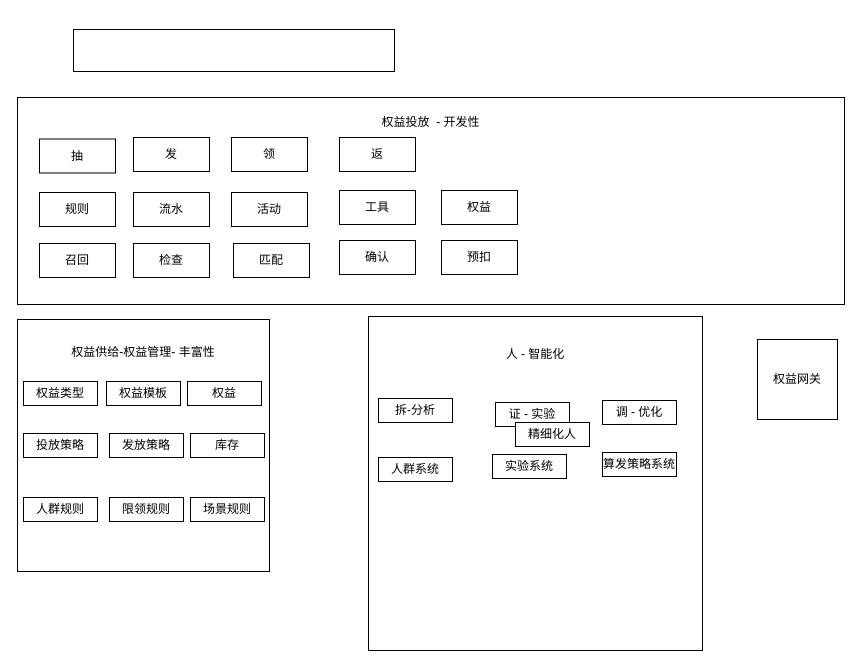
Above: study.drawio in xzl1428288773/xiaoshuai (draw.io), before the change. Source tidied: cells renumbered, new cells numbered last; positions are measured from the earlier drawing's top-left corner, leaving out a move shared by most shapes. Both pictures are drawn from the tidied source at 100%, with x=0, y=0 at pixel (17, 29).
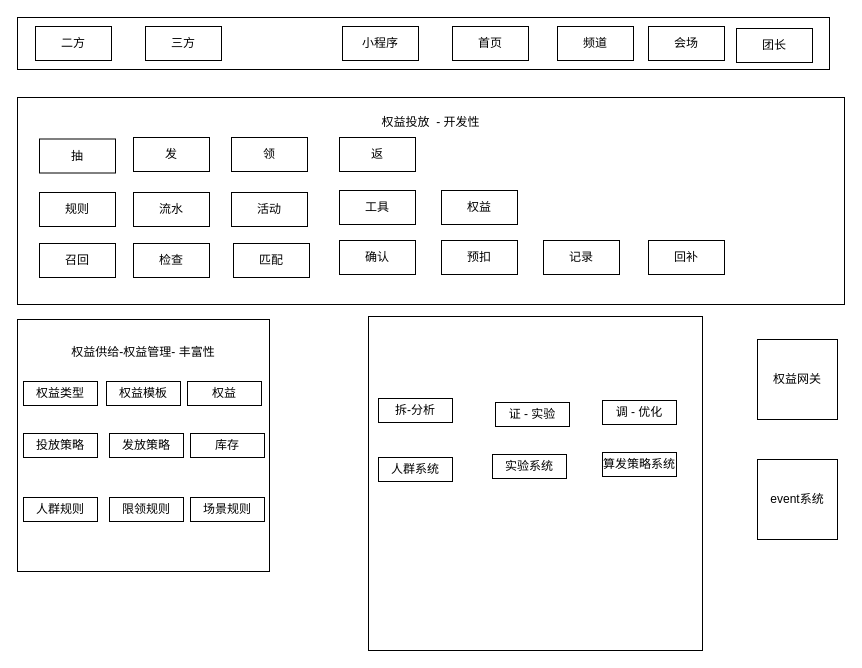
After the change.

Change to the diagram source:
```diff
@@
     <mxCell id="4" style="rounded=0;whiteSpace=wrap;html=1;" parent="1" vertex="1">
-      <mxGeometry x="56" width="321" height="42" as="geometry" />
+      <mxGeometry y="-12" width="812" height="52" as="geometry" />
     </mxCell>
@@
-    <mxCell id="14" value="人 - 智能化&lt;br&gt;&lt;br&gt;&lt;br&gt;&lt;br&gt;&lt;br&gt;&lt;br&gt;&lt;br&gt;&lt;br&gt;&lt;br&gt;&lt;br&gt;&lt;br&gt;&lt;br&gt;&lt;br&gt;&lt;br&gt;&lt;br&gt;&lt;br&gt;&lt;br&gt;&lt;br&gt;&lt;br&gt;" style="whiteSpace=wrap;html=1;" parent="1" vertex="1">
+    <mxCell id="14" style="whiteSpace=wrap;html=1;" parent="1" vertex="1">
       <mxGeometry x="351" y="287" width="334" height="334" as="geometry" />
     </mxCell>
@@
-    <mxCell id="23" value="精细化人" style="rounded=0;whiteSpace=wrap;html=1;" parent="1" vertex="1">
-      <mxGeometry x="498" y="393" width="74" height="24" as="geometry" />
-    </mxCell>
@@
+    <mxCell id="37" value="记录" style="rounded=0;whiteSpace=wrap;html=1;" parent="1" vertex="1">
+      <mxGeometry x="526" y="211" width="76" height="34" as="geometry" />
+    </mxCell>
+    <mxCell id="38" value="回补" style="rounded=0;whiteSpace=wrap;html=1;" parent="1" vertex="1">
+      <mxGeometry x="631" y="211" width="76" height="34" as="geometry" />
+    </mxCell>
+    <mxCell id="39" value="二方" style="rounded=0;whiteSpace=wrap;html=1;" parent="1" vertex="1">
+      <mxGeometry x="18" y="-3" width="76" height="34" as="geometry" />
+    </mxCell>
+    <mxCell id="40" value="三方" style="rounded=0;whiteSpace=wrap;html=1;" parent="1" vertex="1">
+      <mxGeometry x="128" y="-3" width="76" height="34" as="geometry" />
+    </mxCell>
+    <mxCell id="41" value="小程序" style="rounded=0;whiteSpace=wrap;html=1;" parent="1" vertex="1">
+      <mxGeometry x="325" y="-3" width="76" height="34" as="geometry" />
+    </mxCell>
+    <mxCell id="42" value="首页" style="rounded=0;whiteSpace=wrap;html=1;" parent="1" vertex="1">
+      <mxGeometry x="435" y="-3" width="76" height="34" as="geometry" />
+    </mxCell>
+    <mxCell id="43" value="event系统" style="whiteSpace=wrap;html=1;" parent="1" vertex="1">
+      <mxGeometry x="740" y="430" width="80" height="80" as="geometry" />
+    </mxCell>
+    <mxCell id="44" value="频道" style="rounded=0;whiteSpace=wrap;html=1;" parent="1" vertex="1">
+      <mxGeometry x="540" y="-3" width="76" height="34" as="geometry" />
+    </mxCell>
+    <mxCell id="45" value="会场" style="rounded=0;whiteSpace=wrap;html=1;" parent="1" vertex="1">
+      <mxGeometry x="631" y="-3" width="76" height="34" as="geometry" />
+    </mxCell>
+    <mxCell id="46" value="团长" style="rounded=0;whiteSpace=wrap;html=1;" parent="1" vertex="1">
+      <mxGeometry x="719" y="-1" width="76" height="34" as="geometry" />
+    </mxCell>
```
